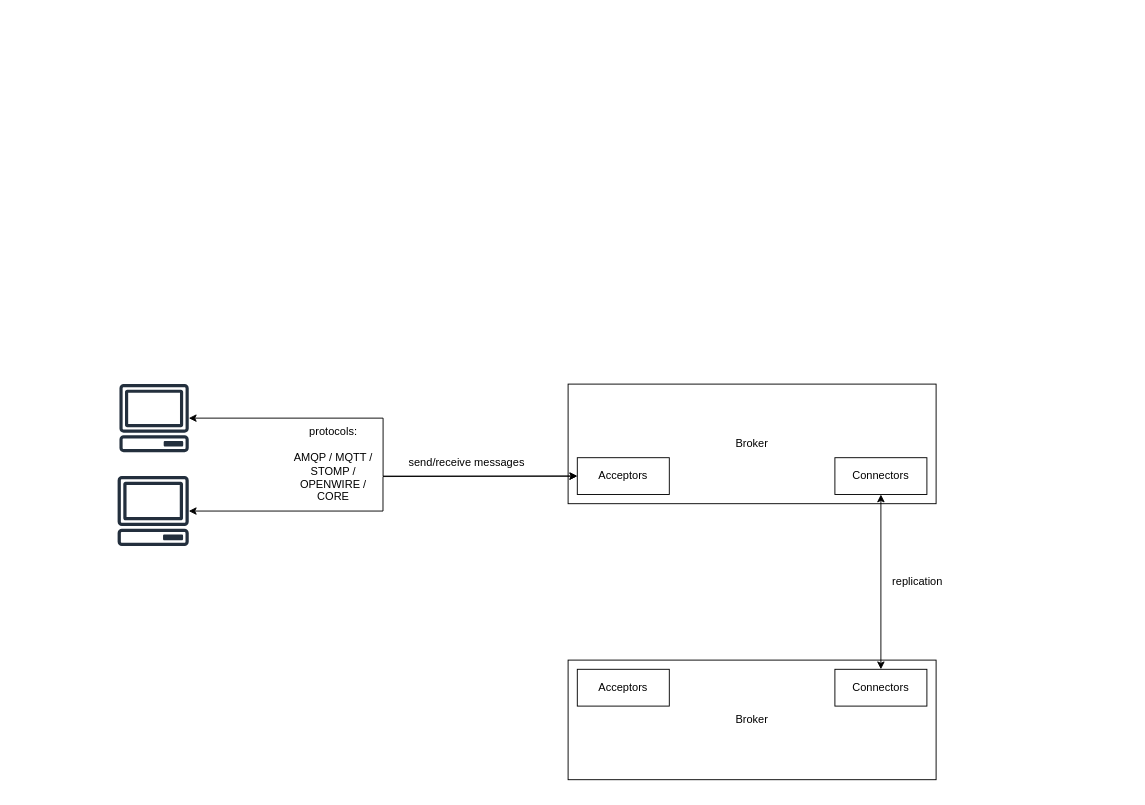
lavocatt/draw.io.diagrams keeps this draw.io diagram as broker_block_diagram.drawio. Above is the earlier version. Source tidied: cells renumbered, new cells numbered last; positions are measured from the earlier drawing's top-left corner, leaving out a move shared by most shapes. Both pictures are drawn from the tidied source at 92%, with x=0, y=0 at pixel (117, 384).
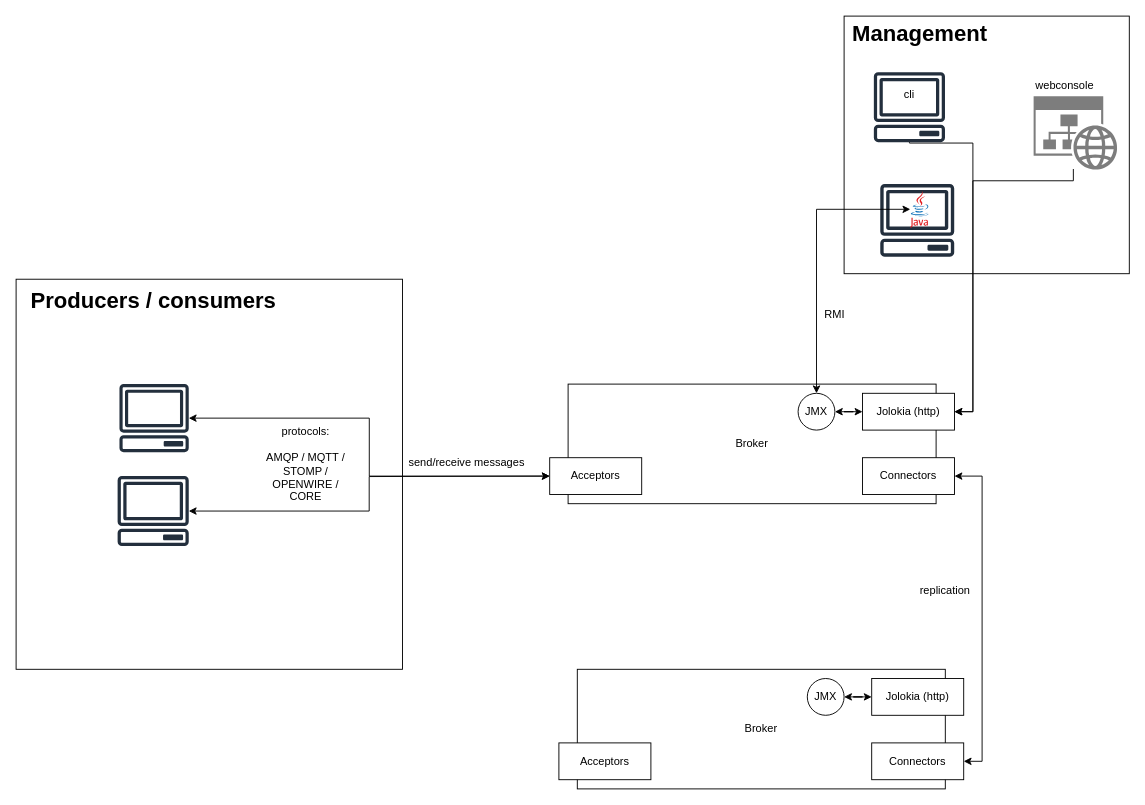
After the change.

Unchanged cells that the change refers to:
```xml
<mxCell id="11" style="sketch=0;outlineConnect=0;fontColor=#232F3E;gradientColor=none;fillColor=#232F3D;strokeColor=none;dashed=0;verticalLabelPosition=bottom;verticalAlign=top;align=center;html=1;fontSize=12;fontStyle=0;shape=mxgraph.aws4.client;" parent="1" vertex="1">
  <mxGeometry y="100" width="78" height="76" as="geometry" />
</mxCell>
```

The edit, as a diff of the source:
```diff
@@
+    <mxCell id="17" style="rounded=0;whiteSpace=wrap;html=1;" parent="1" vertex="1">
+      <mxGeometry x="790" y="-400" width="310" height="280" as="geometry" />
+    </mxCell>
+    <mxCell id="18" style="sketch=0;fontColor=#232F3E;gradientColor=none;fillColor=#232F3D;strokeColor=none;dashed=0;verticalLabelPosition=bottom;verticalAlign=top;align=center;html=1;fontSize=12;fontStyle=0;shape=mxgraph.aws4.client;" parent="1" vertex="1">
+      <mxGeometry x="829" y="-217.5" width="81" height="79" as="geometry" />
+    </mxCell>
+    <mxCell id="19" style="rounded=0;whiteSpace=wrap;html=1;" parent="1" vertex="1">
+      <mxGeometry x="-110" y="-114" width="420" height="424" as="geometry" />
+    </mxCell>
@@
     <mxCell id="3" value="Acceptors" style="whiteSpace=wrap;html=1;align=center;" parent="1" vertex="1">
-      <mxGeometry x="500" y="80" width="100" height="40" as="geometry" />
+      <mxGeometry x="470" y="80" width="100" height="40" as="geometry" />
     </mxCell>
     <mxCell id="4" value="Connectors" style="whiteSpace=wrap;html=1;align=center;" parent="1" vertex="1">
-      <mxGeometry x="780" y="80" width="100" height="40" as="geometry" />
+      <mxGeometry x="810" y="80" width="100" height="40" as="geometry" />
     </mxCell>
-    <mxCell id="5" value="&lt;div&gt;Broker&lt;/div&gt;" style="whiteSpace=wrap;html=1;align=center;" parent="1" vertex="1">
-      <mxGeometry x="490" y="300" width="400" height="130" as="geometry" />
-    </mxCell>
-    <mxCell id="6" style="edgeStyle=orthogonalEdgeStyle;rounded=0;orthogonalLoop=1;jettySize=auto;html=1;exitX=0.5;exitY=0;exitDx=0;exitDy=0;entryX=0.5;entryY=0;entryDx=0;entryDy=0;" parent="1" edge="1" source="8" target="8">
-      <mxGeometry relative="1" as="geometry" />
-    </mxCell>
-    <mxCell id="7" style="edgeStyle=orthogonalEdgeStyle;rounded=0;jettySize=auto;html=1;entryX=0.5;entryY=1;entryDx=0;entryDy=0;startArrow=classic;startFill=1;" parent="1" edge="1" source="8" target="4">
+    <mxCell id="7" style="edgeStyle=orthogonalEdgeStyle;rounded=0;jettySize=auto;html=1;entryX=1;entryY=0.5;entryDx=0;entryDy=0;startArrow=classic;startFill=1;exitX=1;exitY=0.5;exitDx=0;exitDy=0;" parent="1" edge="1" source="8" target="4">
       <mxGeometry relative="1" as="geometry" />
     </mxCell>
-    <mxCell id="8" value="Connectors" style="whiteSpace=wrap;html=1;align=center;" parent="1" vertex="1">
-      <mxGeometry x="780" y="310" width="100" height="40" as="geometry" />
-    </mxCell>
-    <mxCell id="9" value="Acceptors" style="whiteSpace=wrap;html=1;align=center;" parent="1" vertex="1">
-      <mxGeometry x="500" y="310" width="100" height="40" as="geometry" />
-    </mxCell>
     <mxCell id="10" style="edgeStyle=orthogonalEdgeStyle;rounded=0;jettySize=auto;html=1;startArrow=classic;startFill=1;" parent="1" edge="1" source="11">
       <mxGeometry relative="1" as="geometry">
-        <mxPoint x="500" y="100" as="targetPoint" />
+        <mxPoint x="470" y="100" as="targetPoint" />
       </mxGeometry>
     </mxCell>
@@
     <mxCell id="14" value="&lt;br&gt;protocols:&lt;br&gt;&lt;br&gt;AMQP / MQTT / STOMP /&lt;br&gt;OPENWIRE /&lt;br&gt;CORE" style="text;html=1;align=center;verticalAlign=middle;whiteSpace=wrap;rounded=0;" parent="1" vertex="1">
-      <mxGeometry x="180" y="50" width="110" height="60" as="geometry" />
+      <mxGeometry x="150" y="50" width="110" height="60" as="geometry" />
     </mxCell>
@@
     <mxCell id="16" value="&lt;div&gt;replication&lt;/div&gt;" style="text;html=1;align=center;verticalAlign=middle;whiteSpace=wrap;rounded=0;" parent="1" vertex="1">
-      <mxGeometry x="840" y="200" width="60" height="30" as="geometry" />
+      <mxGeometry x="870" y="210" width="60" height="30" as="geometry" />
     </mxCell>
+    <mxCell id="20" value="Jolokia (http)" style="whiteSpace=wrap;html=1;align=center;" parent="1" vertex="1">
+      <mxGeometry x="810" y="10" width="100" height="40" as="geometry" />
+    </mxCell>
+    <mxCell id="21" style="edgeStyle=orthogonalEdgeStyle;rounded=0;jettySize=auto;html=1;exitX=1;exitY=0.5;exitDx=0;exitDy=0;startArrow=classic;startFill=1;" parent="1" edge="1" source="22" target="20">
+      <mxGeometry relative="1" as="geometry" />
+    </mxCell>
+    <mxCell id="22" value="JMX" style="ellipse;whiteSpace=wrap;html=1;" parent="1" vertex="1">
+      <mxGeometry x="740" y="10" width="40" height="40" as="geometry" />
+    </mxCell>
+    <mxCell id="23" style="edgeStyle=orthogonalEdgeStyle;rounded=0;jettySize=auto;html=1;entryX=1;entryY=0.5;entryDx=0;entryDy=0;" parent="1" edge="1" source="24" target="20">
+      <mxGeometry relative="1" as="geometry">
+        <Array as="points">
+          <mxPoint x="930" y="-262" />
+          <mxPoint x="930" y="30" />
+        </Array>
+      </mxGeometry>
+    </mxCell>
+    <mxCell id="24" style="sketch=0;outlineConnect=0;fontColor=#232F3E;gradientColor=none;fillColor=#232F3D;strokeColor=none;dashed=0;verticalLabelPosition=bottom;verticalAlign=top;align=center;html=1;fontSize=12;fontStyle=0;shape=mxgraph.aws4.client;" parent="1" vertex="1">
+      <mxGeometry x="822" y="-339" width="78" height="76" as="geometry" />
+    </mxCell>
+    <mxCell id="5" value="&lt;div&gt;Broker&lt;/div&gt;" style="whiteSpace=wrap;html=1;align=center;" parent="1" vertex="1">
+      <mxGeometry x="500" y="310" width="400" height="130" as="geometry" />
+    </mxCell>
+    <mxCell id="9" value="Acceptors" style="whiteSpace=wrap;html=1;align=center;" parent="1" vertex="1">
+      <mxGeometry x="480" y="390" width="100" height="40" as="geometry" />
+    </mxCell>
+    <mxCell id="8" value="Connectors" style="whiteSpace=wrap;html=1;align=center;" parent="1" vertex="1">
+      <mxGeometry x="820" y="390" width="100" height="40" as="geometry" />
+    </mxCell>
+    <mxCell id="25" value="Jolokia (http)" style="whiteSpace=wrap;html=1;align=center;" parent="1" vertex="1">
+      <mxGeometry x="820" y="320" width="100" height="40" as="geometry" />
+    </mxCell>
+    <mxCell id="26" style="edgeStyle=orthogonalEdgeStyle;rounded=0;jettySize=auto;html=1;exitX=1;exitY=0.5;exitDx=0;exitDy=0;startArrow=classic;startFill=1;" parent="1" edge="1" source="27" target="25">
+      <mxGeometry relative="1" as="geometry" />
+    </mxCell>
+    <mxCell id="27" value="JMX" style="ellipse;whiteSpace=wrap;html=1;" parent="1" vertex="1">
+      <mxGeometry x="750" y="320" width="40" height="40" as="geometry" />
+    </mxCell>
+    <mxCell id="28" value="Producers / consumers" style="text;strokeColor=none;fillColor=none;html=1;fontSize=24;fontStyle=1;verticalAlign=middle;align=center;" parent="1" vertex="1">
+      <mxGeometry x="-11" y="-110" width="100" height="40" as="geometry" />
+    </mxCell>
+    <mxCell id="29" value="Management" style="text;strokeColor=none;fillColor=none;html=1;fontSize=24;fontStyle=1;verticalAlign=middle;align=center;" parent="1" vertex="1">
+      <mxGeometry x="822" y="-400" width="100" height="40" as="geometry" />
+    </mxCell>
+    <mxCell id="30" style="edgeStyle=orthogonalEdgeStyle;rounded=0;jettySize=auto;html=1;entryX=1;entryY=0.5;entryDx=0;entryDy=0;exitX=0.475;exitY=0.99;exitDx=0;exitDy=0;exitPerimeter=0;" parent="1" edge="1" source="31" target="20">
+      <mxGeometry relative="1" as="geometry">
+        <Array as="points">
+          <mxPoint x="930" y="-221" />
+          <mxPoint x="930" y="30" />
+        </Array>
+      </mxGeometry>
+    </mxCell>
+    <mxCell id="31" style="sketch=0;shadow=0;dashed=0;html=1;strokeColor=none;labelPosition=center;verticalLabelPosition=bottom;verticalAlign=top;align=center;shape=mxgraph.mscae.enterprise.website_generic;fillColor=#7D7D7D;" parent="1" vertex="1">
+      <mxGeometry x="996" y="-313" width="90.9" height="80" as="geometry" />
+    </mxCell>
+    <mxCell id="32" value="webconsole" style="text;html=1;align=center;verticalAlign=middle;whiteSpace=wrap;rounded=0;" parent="1" vertex="1">
+      <mxGeometry x="1000" y="-339" width="60" height="30" as="geometry" />
+    </mxCell>
+    <mxCell id="33" value="cli" style="text;html=1;align=center;verticalAlign=middle;whiteSpace=wrap;rounded=0;" parent="1" vertex="1">
+      <mxGeometry x="831" y="-330" width="60" height="30" as="geometry" />
+    </mxCell>
+    <mxCell id="34" style="edgeStyle=orthogonalEdgeStyle;rounded=0;jettySize=auto;html=1;startArrow=classic;startFill=1;" parent="1" edge="1" source="35" target="22">
+      <mxGeometry relative="1" as="geometry" />
+    </mxCell>
+    <mxCell id="35" style="dashed=0;outlineConnect=0;html=1;align=center;labelPosition=center;verticalLabelPosition=bottom;verticalAlign=top;shape=mxgraph.weblogos.java;" parent="1" vertex="1">
+      <mxGeometry x="862" y="-210" width="20" height="40" as="geometry" />
+    </mxCell>
+    <mxCell id="36" value="RMI" style="text;html=1;align=center;verticalAlign=middle;whiteSpace=wrap;rounded=0;" parent="1" vertex="1">
+      <mxGeometry x="750" y="-90" width="60" height="30" as="geometry" />
+    </mxCell>
```
